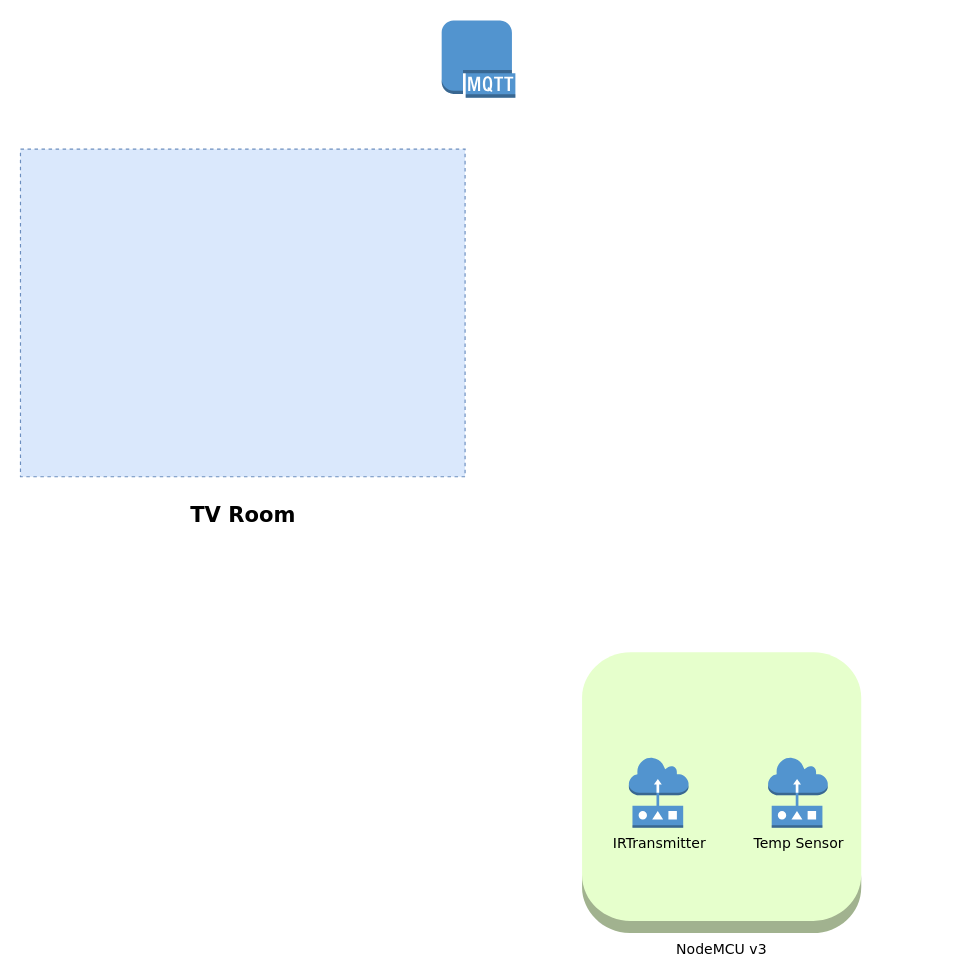
Earlier version of the draw.io diagram IoT Playground.drawio (diasna/iot-playground). Source tidied: cells renumbered, new cells numbered last; positions are measured from the earlier drawing's top-left corner, leaving out a move shared by most shapes. Both pictures are drawn from the tidied source at 117%, with x=0, y=0 at pixel (20, 20).
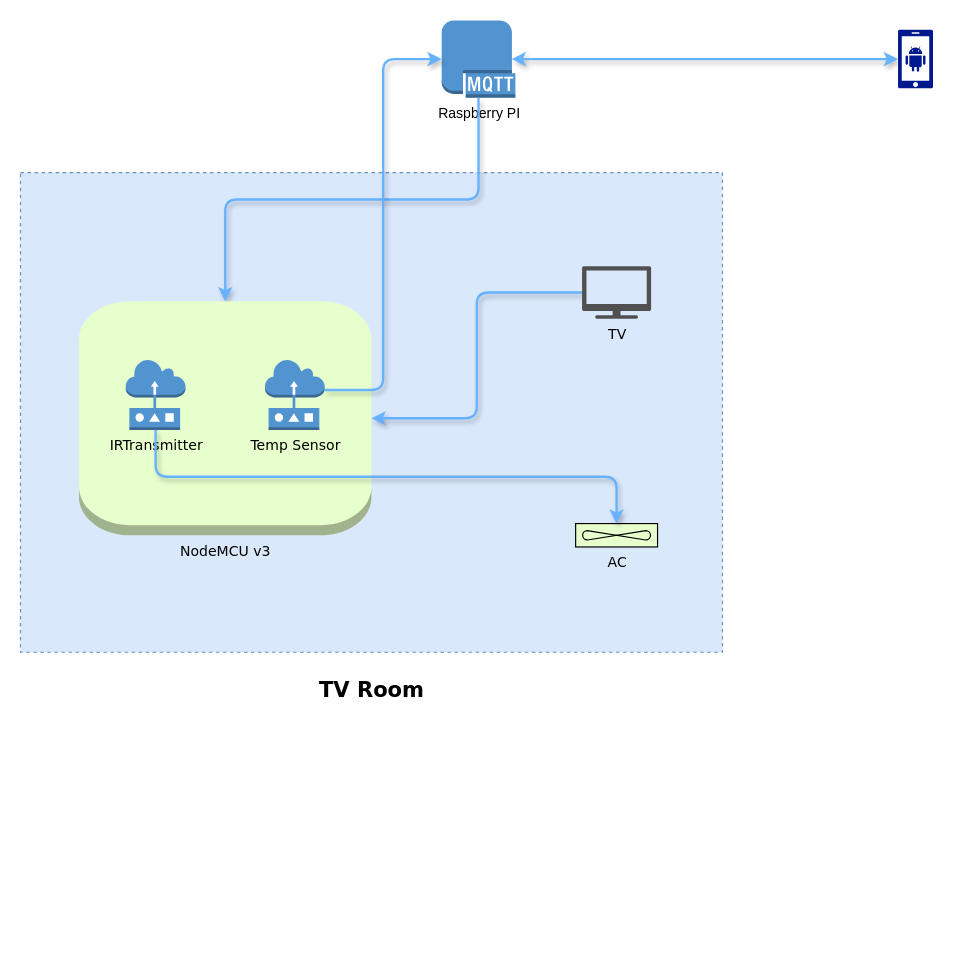
Above is the later version.

What changed in the source:
```diff
@@
 <mxGraphModel>
   <root>
     <mxCell id="0" />
     <mxCell id="1" parent="0" />
+    <mxCell id="7" style="edgeStyle=orthogonalEdgeStyle;rounded=1;jettySize=auto;html=1;exitX=0.95;exitY=0.5;exitDx=0;exitDy=0;exitPerimeter=0;entryX=0;entryY=0.5;entryDx=0;entryDy=0;entryPerimeter=0;shadow=1;fontFamily=Verdana;strokeColor=#66B2FF;strokeWidth=2;startArrow=classic;startFill=1;" parent="1" edge="1" source="2" target="14">
+      <mxGeometry relative="1" as="geometry" />
+    </mxCell>
-    <mxCell id="2" style="outlineConnect=0;dashed=0;verticalLabelPosition=bottom;verticalAlign=top;align=center;html=1;shape=mxgraph.aws3.mqtt_protocol;fillColor=#5294CF;gradientColor=none;" parent="1" vertex="1">
+    <mxCell id="2" value="Raspberry PI" style="outlineConnect=0;dashed=0;verticalLabelPosition=bottom;verticalAlign=top;align=center;html=1;shape=mxgraph.aws3.mqtt_protocol;fillColor=#5294CF;gradientColor=none;" parent="1" vertex="1">
       <mxGeometry x="360" width="63" height="66" as="geometry" />
     </mxCell>
     <mxCell id="3" value="&lt;h2&gt;&lt;font face=&quot;Verdana&quot;&gt;TV Room&lt;/font&gt;&lt;/h2&gt;" style="verticalLabelPosition=bottom;verticalAlign=top;html=1;shape=mxgraph.basic.rect;fillColor2=none;strokeWidth=1;size=20;indent=5;dashed=1;fillColor=#dae8fc;strokeColor=#6c8ebf;fontFamily=Helvetica;" parent="1" vertex="1">
-      <mxGeometry y="110" width="380" height="280" as="geometry" />
+      <mxGeometry y="130" width="600" height="410" as="geometry" />
     </mxCell>
+    <mxCell id="8" style="edgeStyle=orthogonalEdgeStyle;rounded=1;jettySize=auto;html=1;exitX=0.5;exitY=1;exitDx=0;exitDy=0;exitPerimeter=0;shadow=1;fontFamily=Verdana;startArrow=none;startFill=0;strokeColor=#66B2FF;strokeWidth=2;" parent="1" edge="1" source="2" target="4">
+      <mxGeometry relative="1" as="geometry" />
+    </mxCell>
+    <mxCell id="9" style="group;" parent="1" vertex="1">
+      <mxGeometry x="50" y="240" width="250" height="200" as="geometry" />
+    </mxCell>
-    <mxCell id="4" value="NodeMCU v3" style="outlineConnect=0;dashed=0;verticalLabelPosition=bottom;verticalAlign=top;align=center;html=1;shape=mxgraph.aws3.instance;fillColor=#E6FFCC;gradientColor=none;fontFamily=Verdana;" parent="1" vertex="1">
-      <mxGeometry x="480" y="540" width="238.6" height="240" as="geometry" />
+    <mxCell id="4" value="NodeMCU v3" style="outlineConnect=0;dashed=0;verticalLabelPosition=bottom;verticalAlign=top;align=center;html=1;shape=mxgraph.aws3.instance;fillColor=#E6FFCC;gradientColor=none;fontFamily=Verdana;" parent="9" vertex="1">
+      <mxGeometry width="250" height="200" as="geometry" />
     </mxCell>
-    <mxCell id="5" value="IRTransmitter" style="outlineConnect=0;dashed=0;verticalLabelPosition=bottom;verticalAlign=top;align=center;html=1;shape=mxgraph.aws3.sensor;fillColor=#5294CF;gradientColor=none;fontFamily=Verdana;" parent="1" vertex="1">
-      <mxGeometry x="520" y="630" width="51" height="60" as="geometry" />
+    <mxCell id="5" value="IRTransmitter" style="outlineConnect=0;dashed=0;verticalLabelPosition=bottom;verticalAlign=top;align=center;html=1;shape=mxgraph.aws3.sensor;fillColor=#5294CF;gradientColor=none;fontFamily=Verdana;" parent="9" vertex="1">
+      <mxGeometry x="40" y="50" width="51" height="60" as="geometry" />
     </mxCell>
-    <mxCell id="6" value="Temp Sensor" style="outlineConnect=0;dashed=0;verticalLabelPosition=bottom;verticalAlign=top;align=center;html=1;shape=mxgraph.aws3.sensor;fillColor=#5294CF;gradientColor=none;fontFamily=Verdana;" parent="1" vertex="1">
-      <mxGeometry x="639" y="630" width="51" height="60" as="geometry" />
+    <mxCell id="6" value="Temp Sensor" style="outlineConnect=0;dashed=0;verticalLabelPosition=bottom;verticalAlign=top;align=center;html=1;shape=mxgraph.aws3.sensor;fillColor=#5294CF;gradientColor=none;fontFamily=Verdana;" parent="9" vertex="1">
+      <mxGeometry x="159" y="50" width="51" height="60" as="geometry" />
     </mxCell>
+    <mxCell id="10" style="edgeStyle=orthogonalEdgeStyle;rounded=1;jettySize=auto;html=1;exitX=1;exitY=0.43;exitDx=0;exitDy=0;exitPerimeter=0;entryX=0;entryY=0.5;entryDx=0;entryDy=0;entryPerimeter=0;fontFamily=Verdana;strokeWidth=2;strokeColor=#66B2FF;shadow=1;" parent="1" edge="1" source="6" target="2">
+      <mxGeometry relative="1" as="geometry" />
+    </mxCell>
+    <mxCell id="11" value="AC" style="verticalLabelPosition=bottom;outlineConnect=0;align=center;dashed=0;html=1;verticalAlign=top;shape=mxgraph.pid.misc.air_cooler;fontFamily=Verdana;fillColor=#E6FFCC;" parent="1" vertex="1">
+      <mxGeometry x="474.5" y="430" width="70" height="20" as="geometry" />
+    </mxCell>
+    <mxCell id="12" style="edgeStyle=orthogonalEdgeStyle;rounded=1;jettySize=auto;html=1;shadow=1;fontFamily=Verdana;startArrow=none;startFill=0;strokeColor=#66B2FF;strokeWidth=2;" parent="1" edge="1" source="13" target="4">
+      <mxGeometry relative="1" as="geometry" />
+    </mxCell>
+    <mxCell id="13" value="TV" style="sketch=0;shadow=0;dashed=0;html=1;strokeColor=none;fillColor=#505050;labelPosition=center;verticalLabelPosition=bottom;verticalAlign=top;outlineConnect=0;align=center;shape=mxgraph.office.devices.tv;fontFamily=Verdana;" parent="1" vertex="1">
+      <mxGeometry x="480" y="210" width="59" height="45" as="geometry" />
+    </mxCell>
+    <mxCell id="14" style="sketch=0;shadow=0;dashed=0;html=1;strokeColor=none;labelPosition=center;verticalLabelPosition=bottom;verticalAlign=top;align=center;fillColor=#00188D;shape=mxgraph.mscae.enterprise.android_phone;fontFamily=Verdana;" parent="1" vertex="1">
+      <mxGeometry x="750" y="8" width="30" height="50" as="geometry" />
+    </mxCell>
+    <mxCell id="15" style="edgeStyle=orthogonalEdgeStyle;rounded=1;jettySize=auto;html=1;exitX=0.5;exitY=1;exitDx=0;exitDy=0;exitPerimeter=0;shadow=1;fontFamily=Verdana;startArrow=none;startFill=0;strokeColor=#66B2FF;strokeWidth=2;" parent="1" edge="1" source="5" target="11">
+      <mxGeometry relative="1" as="geometry" />
+    </mxCell>
   </root>
 </mxGraphModel>
```
